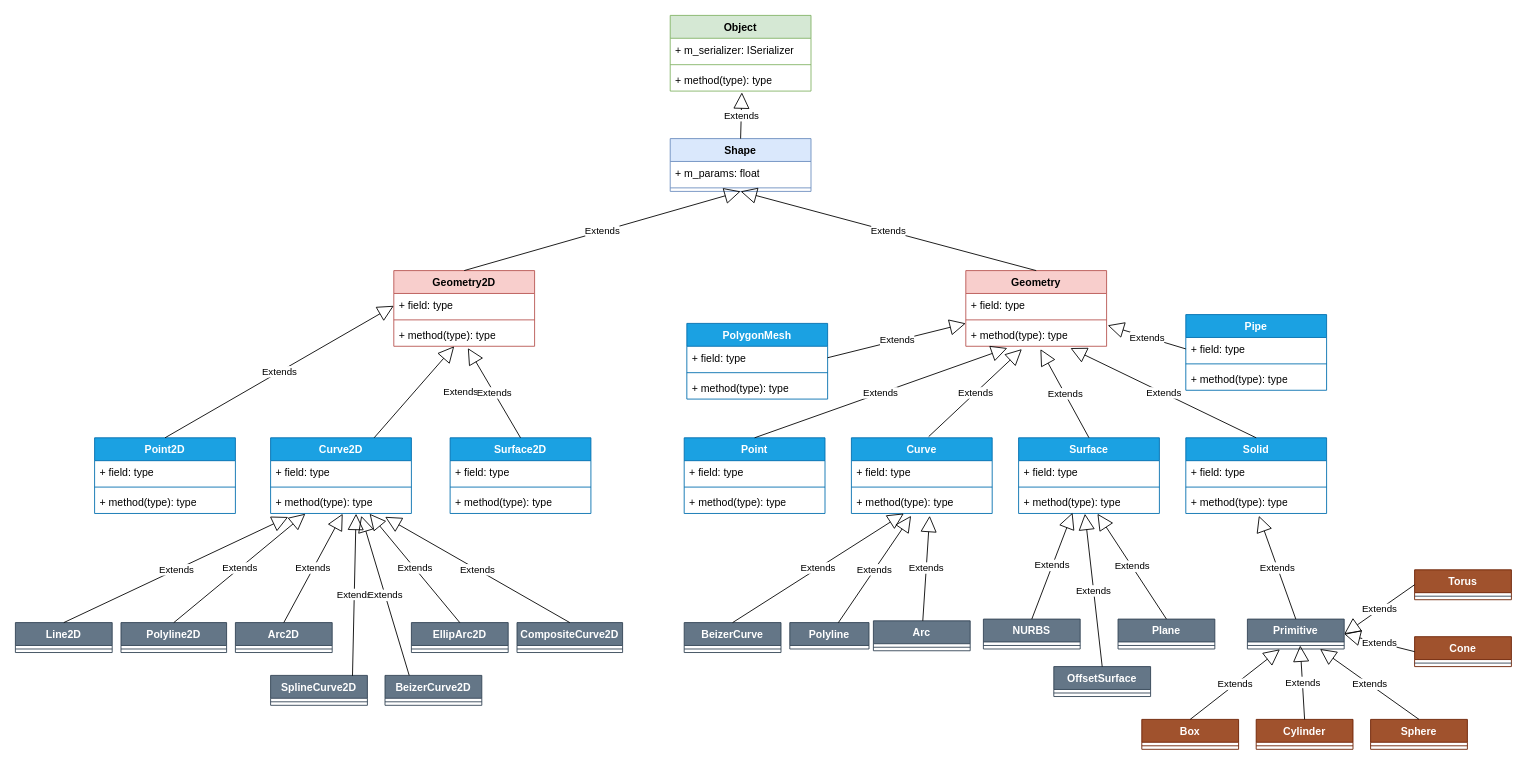
The draw.io diagram page "Shape" (1 of 4) of DGE SDK.drawio in yichen2017/DGE-Design, before the edit. Source tidied: cells renumbered, new cells numbered last; positions are measured from the earlier drawing's top-left corner, leaving out a move shared by most shapes. Both pictures are drawn from the tidied source at 88%, with x=0, y=0 at pixel (15, 15).
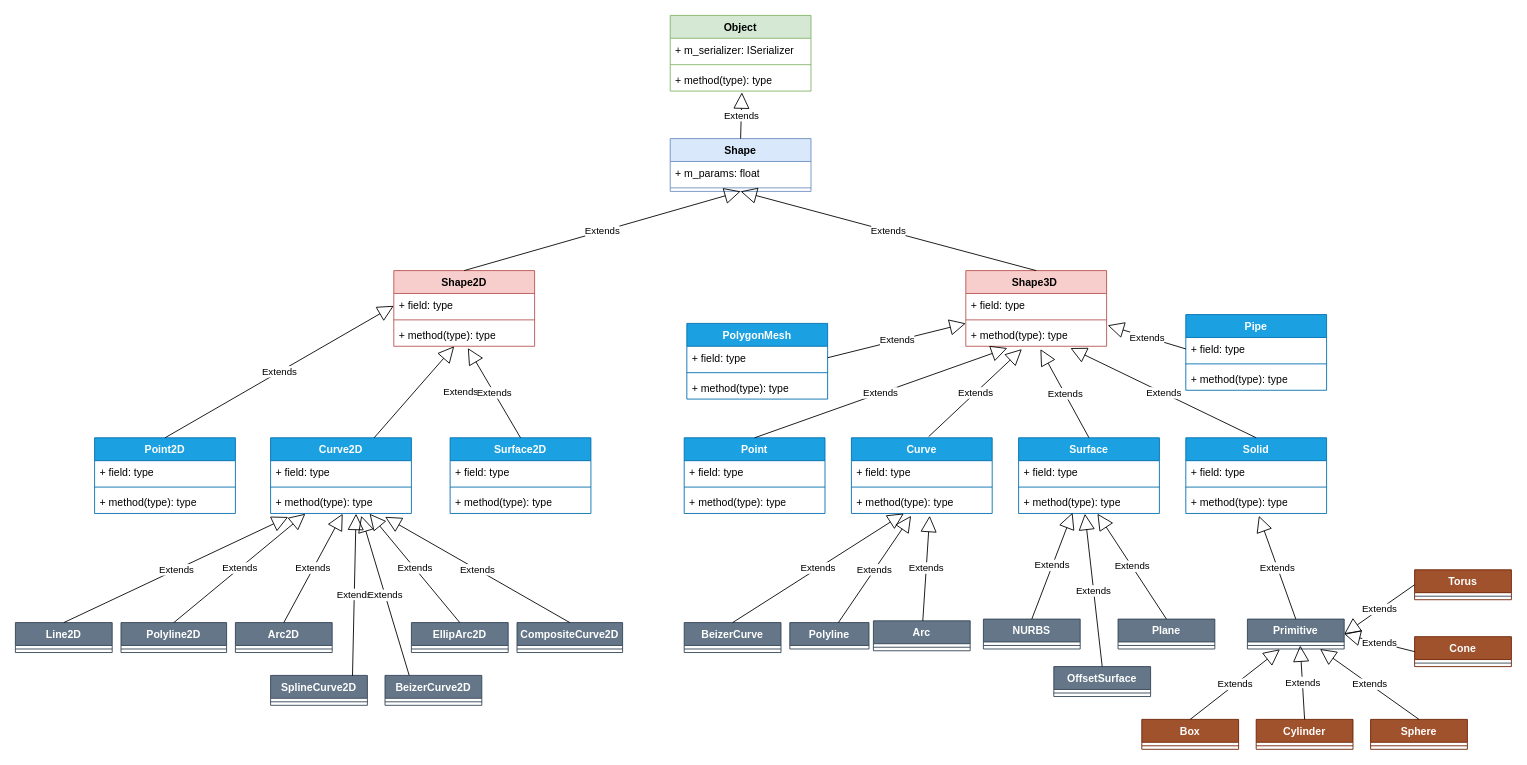
Above is the later version.

Change to the diagram source:
```diff
@@
-    <mxCell id="6" value="Geometry2D&lt;br&gt;" style="swimlane;fontStyle=1;align=center;verticalAlign=top;horizontal=1;startSize=26;whiteSpace=wrap;html=1;fillColor=#f8cecc;strokeColor=#b85450;" parent="1" vertex="1">
+    <mxCell id="6" value="Shape2D" style="swimlane;fontStyle=1;align=center;verticalAlign=top;horizontal=1;startSize=26;whiteSpace=wrap;html=1;fillColor=#f8cecc;strokeColor=#b85450;" parent="1" vertex="1">
       <mxGeometry x="430" y="290" width="160" height="86" as="geometry" />
     </mxCell>
@@
-    <mxCell id="10" value="Geometry" style="swimlane;fontStyle=1;align=center;verticalAlign=top;horizontal=1;startSize=26;whiteSpace=wrap;html=1;fillColor=#f8cecc;strokeColor=#b85450;" parent="1" vertex="1">
+    <mxCell id="10" value="Shape3D&amp;nbsp;" style="swimlane;fontStyle=1;align=center;verticalAlign=top;horizontal=1;startSize=26;whiteSpace=wrap;html=1;fillColor=#f8cecc;strokeColor=#b85450;" parent="1" vertex="1">
       <mxGeometry x="1080" y="290" width="160" height="86" as="geometry" />
     </mxCell>
```
